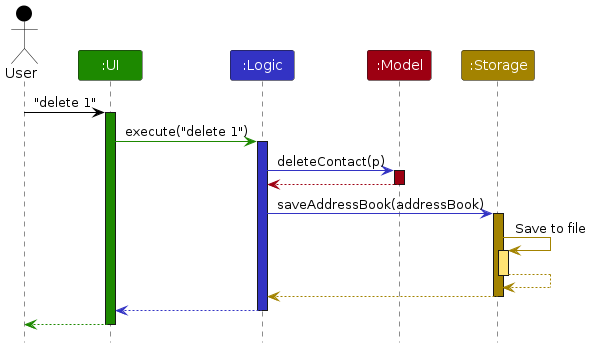
The PlantUML diagram diagrams/ArchitectureSequenceDiagram.png in AY2526S2-CS2103T-T10-1/tp, before a commit. Its source is kept beside it as diagrams/ArchitectureSequenceDiagram.puml. Source of this version:
```plantuml
@startuml
!include style.puml
skinparam ArrowFontStyle plain

Actor User as user USER_COLOR
Participant ":UI" as ui UI_COLOR
Participant ":Logic" as logic LOGIC_COLOR
Participant ":Model" as model MODEL_COLOR
Participant ":Storage" as storage STORAGE_COLOR

user -[USER_COLOR]> ui : "delete 1"
activate ui UI_COLOR

ui -[UI_COLOR]> logic : execute("delete 1")
activate logic LOGIC_COLOR

logic -[LOGIC_COLOR]> model : deleteContact(p)
activate model MODEL_COLOR

model -[MODEL_COLOR]-> logic
deactivate model

logic -[LOGIC_COLOR]> storage : saveAddressBook(addressBook)
activate storage STORAGE_COLOR

storage -[STORAGE_COLOR]> storage : Save to file
activate storage STORAGE_COLOR_T1
storage --[STORAGE_COLOR]> storage
deactivate storage

storage --[STORAGE_COLOR]> logic
deactivate storage

logic --[LOGIC_COLOR]> ui
deactivate logic

ui--[UI_COLOR]> user
deactivate ui
@enduml
```
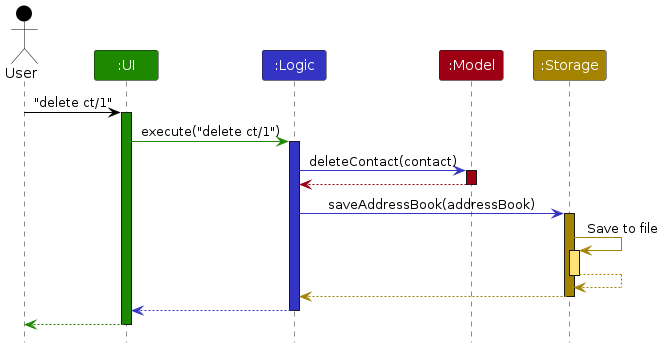
Above is the later version.

Diff of the diagram source:
```diff
@@ -8,13 +8,13 @@
 Participant ":Model" as model MODEL_COLOR
 Participant ":Storage" as storage STORAGE_COLOR
 
-user -[USER_COLOR]> ui : "delete 1"
+user -[USER_COLOR]> ui : "delete ct/1"
 activate ui UI_COLOR
 
-ui -[UI_COLOR]> logic : execute("delete 1")
+ui -[UI_COLOR]> logic : execute("delete ct/1")
 activate logic LOGIC_COLOR
 
-logic -[LOGIC_COLOR]> model : deleteContact(p)
+logic -[LOGIC_COLOR]> model : deleteContact(contact)
 activate model MODEL_COLOR
 
 model -[MODEL_COLOR]-> logic
```
